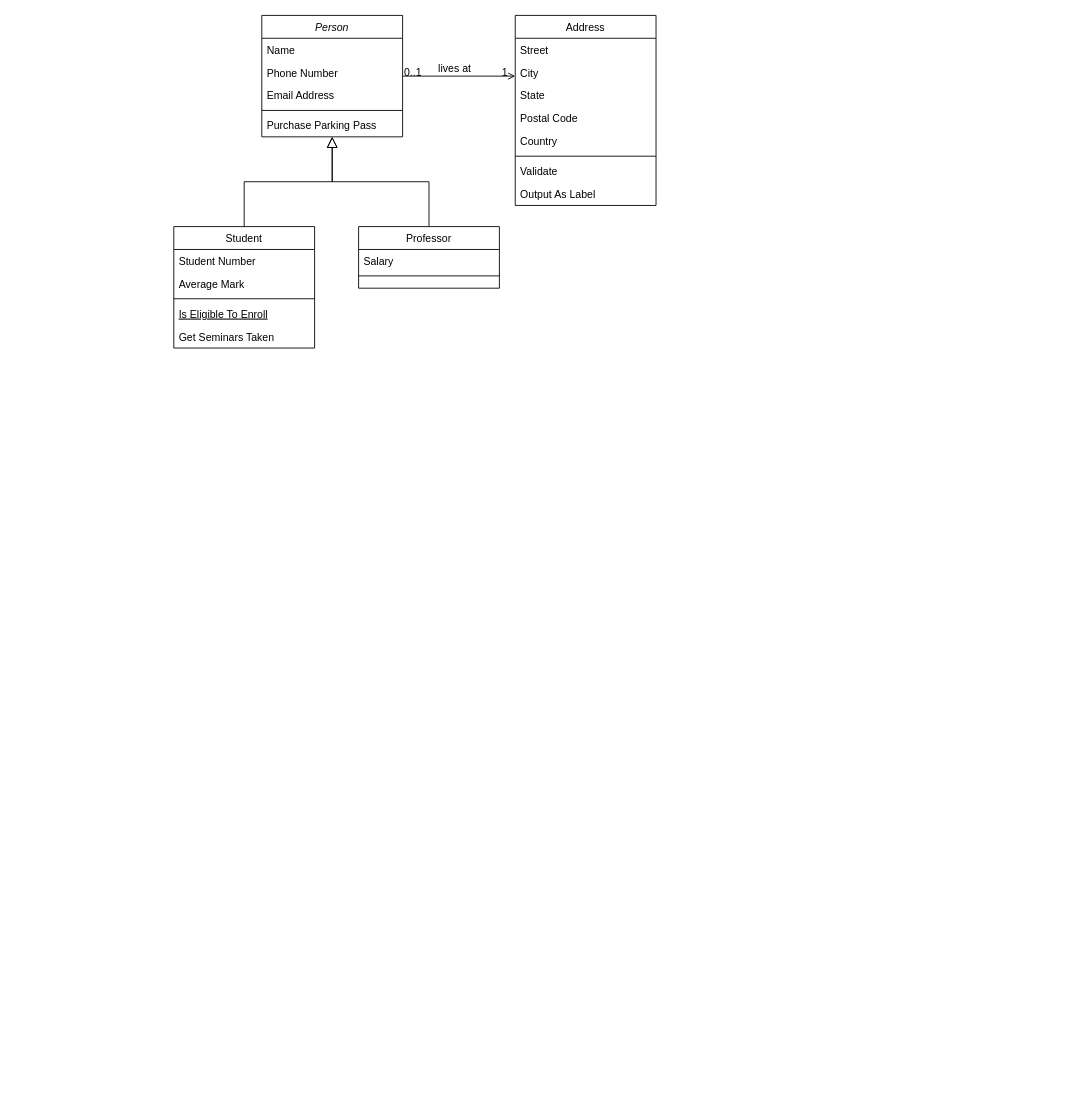
Earlier version of the draw.io diagram Diagramme de classes view.drawio (Riuza-c-137/diagrams.net-default_repo). Source tidied: cells renumbered, new cells numbered last; positions are measured from the earlier drawing's top-left corner, leaving out a move shared by most shapes. Both pictures are drawn from the tidied source at 88%, with x=0, y=0 at pixel (173, 15).
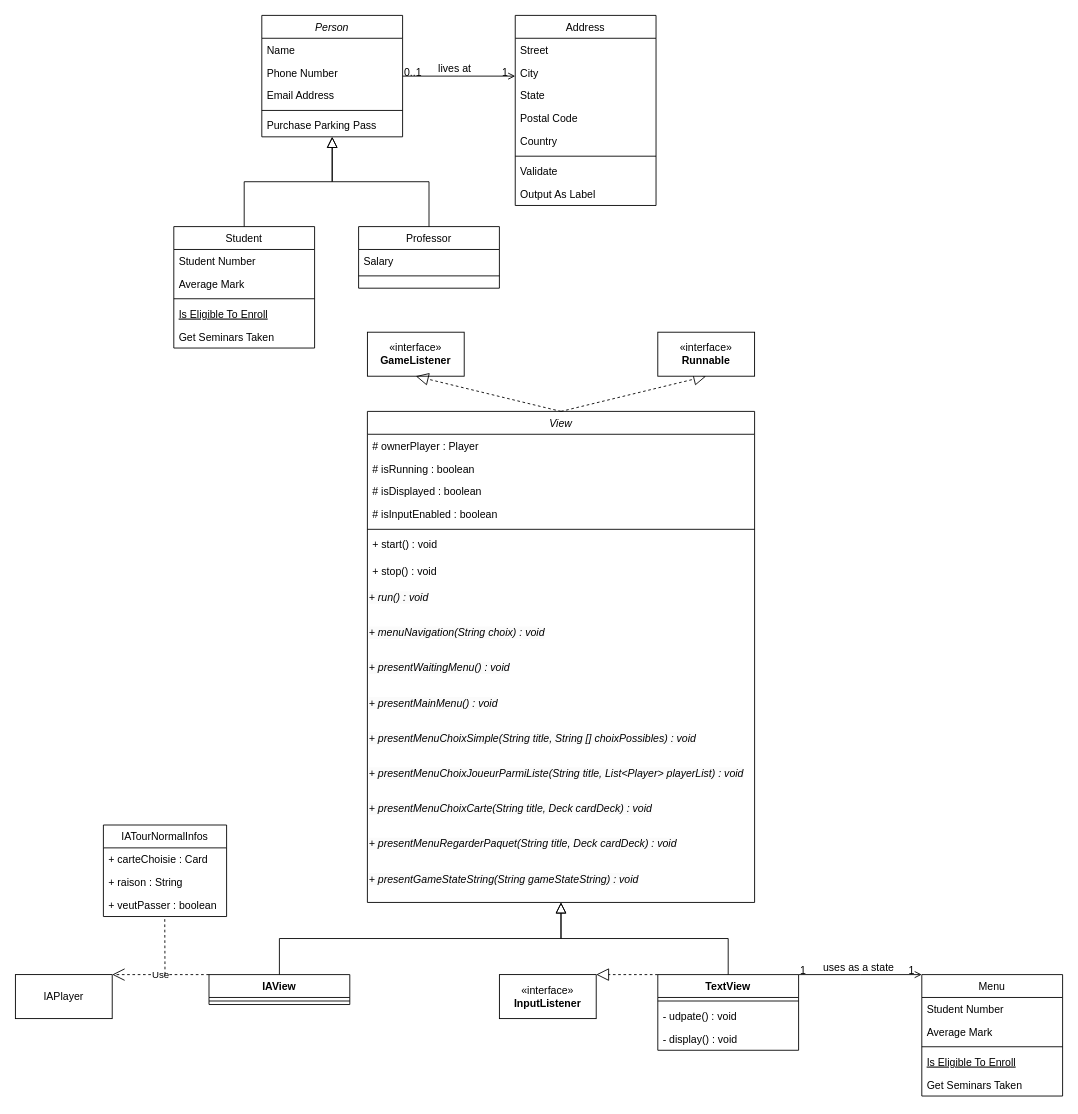
Above is the later version.

Commit message (it also covers changes not shown here):
Mettre à jour Diagramme de classes view.drawio

Diff of the diagram source:
```diff
@@
+    <mxCell id="32" value="View" style="swimlane;fontStyle=2;align=center;verticalAlign=top;horizontal=1;startSize=26;rounded=0;shadow=0;strokeWidth=1;" parent="1" vertex="1">
+      <mxGeometry x="220" y="450" width="440" height="558" as="geometry" />
+    </mxCell>
+    <mxCell id="33" value="# ownerPlayer : Player" style="text;align=left;verticalAlign=top;spacingLeft=4;spacingRight=4;overflow=hidden;" parent="32" vertex="1">
+      <mxGeometry y="26" width="440" height="26" as="geometry" />
+    </mxCell>
+    <mxCell id="34" value="# isRunning : boolean&#10;" style="text;align=left;verticalAlign=top;spacingLeft=4;spacingRight=4;overflow=hidden;rounded=0;shadow=0;html=0;" parent="32" vertex="1">
+      <mxGeometry y="52" width="440" height="26" as="geometry" />
+    </mxCell>
+    <mxCell id="35" value="# isDisplayed : boolean" style="text;align=left;verticalAlign=top;spacingLeft=4;spacingRight=4;overflow=hidden;rounded=0;shadow=0;html=0;" parent="32" vertex="1">
+      <mxGeometry y="78" width="440" height="26" as="geometry" />
+    </mxCell>
+    <mxCell id="36" value="# isInputEnabled : boolean" style="text;align=left;verticalAlign=top;spacingLeft=4;spacingRight=4;overflow=hidden;rounded=0;shadow=0;html=0;" parent="32" vertex="1">
+      <mxGeometry y="104" width="440" height="26" as="geometry" />
+    </mxCell>
+    <mxCell id="37" style="line;html=1;strokeWidth=1;align=left;verticalAlign=middle;spacingTop=-1;spacingLeft=3;spacingRight=3;labelPosition=right;" parent="32" vertex="1">
+      <mxGeometry y="130" width="440" height="8" as="geometry" />
+    </mxCell>
+    <mxCell id="38" value="+ start() : void" style="text;align=left;verticalAlign=top;spacingLeft=4;spacingRight=4;overflow=hidden;" parent="32" vertex="1">
+      <mxGeometry y="138" width="440" height="30" as="geometry" />
+    </mxCell>
+    <mxCell id="39" value="+ stop() : void" style="text;align=left;verticalAlign=top;spacingLeft=4;spacingRight=4;overflow=hidden;" parent="32" vertex="1">
+      <mxGeometry y="168" width="440" height="30" as="geometry" />
+    </mxCell>
+    <mxCell id="40" value="&lt;span style=&quot;color: rgb(0, 0, 0); font-family: Helvetica; font-size: 12px; font-variant-ligatures: normal; font-variant-caps: normal; font-weight: 400; letter-spacing: normal; orphans: 2; text-align: left; text-indent: 0px; text-transform: none; widows: 2; word-spacing: 0px; -webkit-text-stroke-width: 0px; background-color: rgb(251, 251, 251); text-decoration-thickness: initial; text-decoration-style: initial; text-decoration-color: initial; float: none; display: inline !important;&quot;&gt;&lt;i&gt;+ run() : void&lt;/i&gt;&lt;/span&gt;" style="text;whiteSpace=wrap;html=1;" parent="32" vertex="1">
+      <mxGeometry y="198" width="440" height="40" as="geometry" />
+    </mxCell>
+    <mxCell id="41" value="&lt;span style=&quot;color: rgb(0, 0, 0); font-family: Helvetica; font-size: 12px; font-variant-ligatures: normal; font-variant-caps: normal; font-weight: 400; letter-spacing: normal; orphans: 2; text-align: left; text-indent: 0px; text-transform: none; widows: 2; word-spacing: 0px; -webkit-text-stroke-width: 0px; background-color: rgb(251, 251, 251); text-decoration-thickness: initial; text-decoration-style: initial; text-decoration-color: initial; float: none; display: inline !important;&quot;&gt;&lt;i&gt;+ menuNavigation(String choix) :&amp;nbsp;void&lt;/i&gt;&lt;/span&gt;" style="text;whiteSpace=wrap;html=1;" parent="32" vertex="1">
+      <mxGeometry y="238" width="440" height="40" as="geometry" />
+    </mxCell>
+    <mxCell id="42" value="&lt;span style=&quot;color: rgb(0, 0, 0); font-family: Helvetica; font-size: 12px; font-variant-ligatures: normal; font-variant-caps: normal; font-weight: 400; letter-spacing: normal; orphans: 2; text-align: left; text-indent: 0px; text-transform: none; widows: 2; word-spacing: 0px; -webkit-text-stroke-width: 0px; background-color: rgb(251, 251, 251); text-decoration-thickness: initial; text-decoration-style: initial; text-decoration-color: initial; float: none; display: inline !important;&quot;&gt;&lt;i&gt;+ presentWaitingMenu() :&amp;nbsp;void&lt;/i&gt;&lt;/span&gt;" style="text;whiteSpace=wrap;html=1;" parent="32" vertex="1">
+      <mxGeometry y="278" width="440" height="40" as="geometry" />
+    </mxCell>
+    <mxCell id="43" value="&lt;span style=&quot;color: rgb(0, 0, 0); font-family: Helvetica; font-size: 12px; font-variant-ligatures: normal; font-variant-caps: normal; font-weight: 400; letter-spacing: normal; orphans: 2; text-align: left; text-indent: 0px; text-transform: none; widows: 2; word-spacing: 0px; -webkit-text-stroke-width: 0px; background-color: rgb(251, 251, 251); text-decoration-thickness: initial; text-decoration-style: initial; text-decoration-color: initial; float: none; display: inline !important;&quot;&gt;&lt;i&gt;+ presentMainMenu() :&amp;nbsp;void&lt;/i&gt;&lt;/span&gt;" style="text;whiteSpace=wrap;html=1;" parent="32" vertex="1">
+      <mxGeometry y="318" width="440" height="40" as="geometry" />
+    </mxCell>
+    <mxCell id="44" value="&lt;span style=&quot;color: rgb(0, 0, 0); font-family: Helvetica; font-size: 12px; font-variant-ligatures: normal; font-variant-caps: normal; font-weight: 400; letter-spacing: normal; orphans: 2; text-align: left; text-indent: 0px; text-transform: none; widows: 2; word-spacing: 0px; -webkit-text-stroke-width: 0px; background-color: rgb(251, 251, 251); text-decoration-thickness: initial; text-decoration-style: initial; text-decoration-color: initial; float: none; display: inline !important;&quot;&gt;&lt;i&gt;+ presentMenuChoixSimple(String title, String [] choixPossibles) :&amp;nbsp;void&lt;/i&gt;&lt;/span&gt;" style="text;whiteSpace=wrap;html=1;" parent="32" vertex="1">
+      <mxGeometry y="358" width="440" height="40" as="geometry" />
+    </mxCell>
+    <mxCell id="45" value="&lt;span style=&quot;color: rgb(0, 0, 0); font-family: Helvetica; font-size: 12px; font-variant-ligatures: normal; font-variant-caps: normal; font-weight: 400; letter-spacing: normal; orphans: 2; text-align: left; text-indent: 0px; text-transform: none; widows: 2; word-spacing: 0px; -webkit-text-stroke-width: 0px; background-color: rgb(251, 251, 251); text-decoration-thickness: initial; text-decoration-style: initial; text-decoration-color: initial; float: none; display: inline !important;&quot;&gt;&lt;i&gt;+ presentMenuChoixJoueurParmiListe(String title, List&amp;lt;Player&amp;gt; playerList) :&amp;nbsp;void&lt;/i&gt;&lt;/span&gt;" style="text;whiteSpace=wrap;html=1;" parent="32" vertex="1">
+      <mxGeometry y="398" width="440" height="40" as="geometry" />
+    </mxCell>
+    <mxCell id="46" value="&lt;span style=&quot;color: rgb(0, 0, 0); font-family: Helvetica; font-size: 12px; font-variant-ligatures: normal; font-variant-caps: normal; font-weight: 400; letter-spacing: normal; orphans: 2; text-align: left; text-indent: 0px; text-transform: none; widows: 2; word-spacing: 0px; -webkit-text-stroke-width: 0px; background-color: rgb(251, 251, 251); text-decoration-thickness: initial; text-decoration-style: initial; text-decoration-color: initial; float: none; display: inline !important;&quot;&gt;&lt;i&gt;+ presentMenuChoixCarte(String title, Deck cardDeck) :&amp;nbsp;void&lt;/i&gt;&lt;/span&gt;" style="text;whiteSpace=wrap;html=1;" parent="32" vertex="1">
+      <mxGeometry y="438" width="440" height="40" as="geometry" />
+    </mxCell>
+    <mxCell id="47" value="&lt;span style=&quot;color: rgb(0, 0, 0); font-family: Helvetica; font-size: 12px; font-variant-ligatures: normal; font-variant-caps: normal; font-weight: 400; letter-spacing: normal; orphans: 2; text-align: left; text-indent: 0px; text-transform: none; widows: 2; word-spacing: 0px; -webkit-text-stroke-width: 0px; background-color: rgb(251, 251, 251); text-decoration-thickness: initial; text-decoration-style: initial; text-decoration-color: initial; float: none; display: inline !important;&quot;&gt;&lt;i&gt;+ presentMenuRegarderPaquet(String title, Deck cardDeck) :&amp;nbsp;void&lt;/i&gt;&lt;/span&gt;" style="text;whiteSpace=wrap;html=1;" parent="32" vertex="1">
+      <mxGeometry y="478" width="440" height="40" as="geometry" />
+    </mxCell>
+    <mxCell id="48" value="&lt;span style=&quot;color: rgb(0, 0, 0); font-family: Helvetica; font-size: 12px; font-variant-ligatures: normal; font-variant-caps: normal; font-weight: 400; letter-spacing: normal; orphans: 2; text-align: left; text-indent: 0px; text-transform: none; widows: 2; word-spacing: 0px; -webkit-text-stroke-width: 0px; background-color: rgb(251, 251, 251); text-decoration-thickness: initial; text-decoration-style: initial; text-decoration-color: initial; float: none; display: inline !important;&quot;&gt;&lt;i&gt;+ presentGameStateString(String gameStateString) :&amp;nbsp;void&lt;/i&gt;&lt;/span&gt;" style="text;whiteSpace=wrap;html=1;" parent="32" vertex="1">
+      <mxGeometry y="518" width="440" height="40" as="geometry" />
+    </mxCell>
+    <mxCell id="49" style="endArrow=block;dashed=1;endFill=0;endSize=12;html=1;rounded=0;exitX=0.5;exitY=0;exitDx=0;exitDy=0;entryX=0.5;entryY=1;entryDx=0;entryDy=0;" parent="1" edge="1" source="32" target="51">
+      <mxGeometry relative="1" as="geometry" />
+    </mxCell>
+    <mxCell id="50" value="«interface»&lt;br&gt;&lt;b&gt;GameListener&lt;/b&gt;" style="html=1;whiteSpace=wrap;" parent="1" vertex="1">
+      <mxGeometry x="220" y="360" width="110" height="50" as="geometry" />
+    </mxCell>
+    <mxCell id="51" value="«interface»&lt;br&gt;&lt;b&gt;Runnable&lt;/b&gt;" style="html=1;whiteSpace=wrap;" parent="1" vertex="1">
+      <mxGeometry x="550" y="360" width="110" height="50" as="geometry" />
+    </mxCell>
+    <mxCell id="52" style="endArrow=block;dashed=1;endFill=0;endSize=12;html=1;rounded=0;exitX=0.5;exitY=0;exitDx=0;exitDy=0;entryX=0.5;entryY=1;entryDx=0;entryDy=0;" parent="1" edge="1" source="32" target="50">
+      <mxGeometry relative="1" as="geometry" />
+    </mxCell>
+    <mxCell id="53" value="IAView" style="swimlane;fontStyle=1;align=center;verticalAlign=top;horizontal=1;startSize=26;whiteSpace=wrap;html=1;" parent="1" vertex="1">
+      <mxGeometry x="40" y="1090" width="160" height="34" as="geometry" />
+    </mxCell>
+    <mxCell id="54" style="line;strokeWidth=1;fillColor=none;align=left;verticalAlign=middle;spacingTop=-1;spacingLeft=3;spacingRight=3;labelPosition=right;strokeColor=inherit;" parent="53" vertex="1">
+      <mxGeometry y="26" width="160" height="8" as="geometry" />
+    </mxCell>
+    <mxCell id="55" style="endArrow=block;endSize=10;endFill=0;shadow=0;strokeWidth=1;rounded=0;edgeStyle=elbowEdgeStyle;elbow=vertical;exitX=0.5;exitY=0;exitDx=0;exitDy=0;entryX=0.5;entryY=1;entryDx=0;entryDy=0;" parent="1" edge="1" source="53" target="48">
+      <mxGeometry relative="1" as="geometry" />
+    </mxCell>
+    <mxCell id="56" value="Use" style="endArrow=open;endSize=12;dashed=1;html=1;rounded=0;exitX=0;exitY=0;exitDx=0;exitDy=0;entryX=1;entryY=0;entryDx=0;entryDy=0;" parent="1" edge="1" source="53" target="57">
+      <mxGeometry relative="1" as="geometry" />
+    </mxCell>
+    <mxCell id="57" value="IAPlayer" style="html=1;whiteSpace=wrap;" parent="1" vertex="1">
+      <mxGeometry x="-180" y="1090" width="110" height="50" as="geometry" />
+    </mxCell>
+    <mxCell id="58" value="IATourNormalInfos" style="swimlane;fontStyle=0;horizontal=1;startSize=26;fillColor=none;whiteSpace=wrap;html=1;" parent="1" vertex="1">
+      <mxGeometry x="-80" y="920" width="140" height="104" as="geometry" />
+    </mxCell>
+    <mxCell id="59" value="+ carteChoisie : Card" style="text;strokeColor=none;fillColor=none;align=left;verticalAlign=top;spacingLeft=4;spacingRight=4;overflow=hidden;whiteSpace=wrap;html=1;" parent="58" vertex="1">
+      <mxGeometry y="26" width="140" height="26" as="geometry" />
+    </mxCell>
+    <mxCell id="60" value="+ raison : String" style="text;strokeColor=none;fillColor=none;align=left;verticalAlign=top;spacingLeft=4;spacingRight=4;overflow=hidden;whiteSpace=wrap;html=1;" parent="58" vertex="1">
+      <mxGeometry y="52" width="140" height="26" as="geometry" />
+    </mxCell>
+    <mxCell id="61" value="+ veutPasser : boolean" style="text;strokeColor=none;fillColor=none;align=left;verticalAlign=top;spacingLeft=4;spacingRight=4;overflow=hidden;points=[[0,0.5],[1,0.5]];portConstraint=eastwest;whiteSpace=wrap;html=1;" parent="58" vertex="1">
+      <mxGeometry y="78" width="140" height="26" as="geometry" />
+    </mxCell>
+    <mxCell id="62" style="endArrow=none;dashed=1;html=1;rounded=0;entryX=0.498;entryY=1.071;entryDx=0;entryDy=0;entryPerimeter=0;" parent="1" edge="1" target="61">
+      <mxGeometry relative="1" as="geometry">
+        <mxPoint x="-10" y="1090" as="sourcePoint" />
+      </mxGeometry>
+    </mxCell>
+    <mxCell id="63" value="TextView" style="swimlane;fontStyle=1;align=center;verticalAlign=top;horizontal=1;startSize=26;whiteSpace=wrap;html=1;" parent="1" vertex="1">
+      <mxGeometry x="550" y="1090" width="160" height="86" as="geometry" />
+    </mxCell>
+    <mxCell id="64" style="line;strokeWidth=1;fillColor=none;align=left;verticalAlign=middle;spacingTop=-1;spacingLeft=3;spacingRight=3;labelPosition=right;strokeColor=inherit;" parent="63" vertex="1">
+      <mxGeometry y="26" width="160" height="8" as="geometry" />
+    </mxCell>
+    <mxCell id="65" value="- udpate() : void" style="text;strokeColor=none;fillColor=none;align=left;verticalAlign=top;spacingLeft=4;spacingRight=4;overflow=hidden;whiteSpace=wrap;html=1;" parent="63" vertex="1">
+      <mxGeometry y="34" width="160" height="26" as="geometry" />
+    </mxCell>
+    <mxCell id="66" value="- display() : void" style="text;strokeColor=none;fillColor=none;align=left;verticalAlign=top;spacingLeft=4;spacingRight=4;overflow=hidden;whiteSpace=wrap;html=1;" parent="63" vertex="1">
+      <mxGeometry y="60" width="160" height="26" as="geometry" />
+    </mxCell>
+    <mxCell id="67" style="endArrow=block;endSize=10;endFill=0;shadow=0;strokeWidth=1;rounded=0;edgeStyle=elbowEdgeStyle;elbow=vertical;exitX=0.5;exitY=0;exitDx=0;exitDy=0;entryX=0.5;entryY=1;entryDx=0;entryDy=0;" parent="1" edge="1" source="63" target="48">
+      <mxGeometry relative="1" as="geometry" />
+    </mxCell>
+    <mxCell id="68" value="«interface»&lt;br&gt;&lt;b&gt;InputListener&lt;/b&gt;" style="html=1;whiteSpace=wrap;" parent="1" vertex="1">
+      <mxGeometry x="370" y="1090" width="110" height="50" as="geometry" />
+    </mxCell>
+    <mxCell id="69" style="endArrow=block;dashed=1;endFill=0;endSize=12;html=1;rounded=0;exitX=0;exitY=0;exitDx=0;exitDy=0;entryX=1;entryY=0;entryDx=0;entryDy=0;" parent="1" edge="1" source="63" target="68">
+      <mxGeometry relative="1" as="geometry" />
+    </mxCell>
+    <mxCell id="70" value="Menu" style="swimlane;fontStyle=0;align=center;verticalAlign=top;horizontal=1;startSize=26;rounded=0;shadow=0;strokeWidth=1;" parent="1" vertex="1">
+      <mxGeometry x="850" y="1090" width="160" height="138" as="geometry" />
+    </mxCell>
+    <mxCell id="71" value="Student Number" style="text;align=left;verticalAlign=top;spacingLeft=4;spacingRight=4;overflow=hidden;" parent="70" vertex="1">
+      <mxGeometry y="26" width="160" height="26" as="geometry" />
+    </mxCell>
+    <mxCell id="72" value="Average Mark" style="text;align=left;verticalAlign=top;spacingLeft=4;spacingRight=4;overflow=hidden;rounded=0;shadow=0;html=0;" parent="70" vertex="1">
+      <mxGeometry y="52" width="160" height="26" as="geometry" />
+    </mxCell>
+    <mxCell id="73" style="line;html=1;strokeWidth=1;align=left;verticalAlign=middle;spacingTop=-1;spacingLeft=3;spacingRight=3;labelPosition=right;" parent="70" vertex="1">
+      <mxGeometry y="78" width="160" height="8" as="geometry" />
+    </mxCell>
+    <mxCell id="74" value="Is Eligible To Enroll" style="text;align=left;verticalAlign=top;spacingLeft=4;spacingRight=4;overflow=hidden;fontStyle=4;" parent="70" vertex="1">
+      <mxGeometry y="86" width="160" height="26" as="geometry" />
+    </mxCell>
+    <mxCell id="75" value="Get Seminars Taken" style="text;align=left;verticalAlign=top;spacingLeft=4;spacingRight=4;overflow=hidden;" parent="70" vertex="1">
+      <mxGeometry y="112" width="160" height="26" as="geometry" />
+    </mxCell>
+    <mxCell id="76" style="endArrow=open;shadow=0;strokeWidth=1;rounded=0;endFill=1;edgeStyle=elbowEdgeStyle;elbow=vertical;exitX=1;exitY=0;exitDx=0;exitDy=0;entryX=0;entryY=0;entryDx=0;entryDy=0;" parent="1" edge="1" source="63" target="70">
+      <mxGeometry x="0.5" y="41" relative="1" as="geometry">
+        <mxPoint x="-40" y="32" as="offset" />
+      </mxGeometry>
+    </mxCell>
+    <mxCell id="77" value="1" style="align=left;verticalAlign=bottom;labelBackgroundColor=none;fontSize=12;" parent="76" vertex="1">
+      <mxGeometry x="-1" relative="1" as="geometry">
+        <mxPoint y="4" as="offset" />
+      </mxGeometry>
+    </mxCell>
+    <mxCell id="78" value="1" style="align=right;verticalAlign=bottom;labelBackgroundColor=none;fontSize=12;" parent="76" vertex="1">
+      <mxGeometry x="1" relative="1" as="geometry">
+        <mxPoint x="-7" y="4" as="offset" />
+      </mxGeometry>
+    </mxCell>
+    <mxCell id="79" value="uses as a state" style="text;html=1;align=center;verticalAlign=middle;labelBackgroundColor=none;rounded=0;shadow=0;strokeWidth=1;fontSize=12;" parent="76" vertex="1">
+      <mxGeometry x="0.5" y="49" relative="1" as="geometry">
+        <mxPoint x="-38" y="40" as="offset" />
+      </mxGeometry>
+    </mxCell>
```
